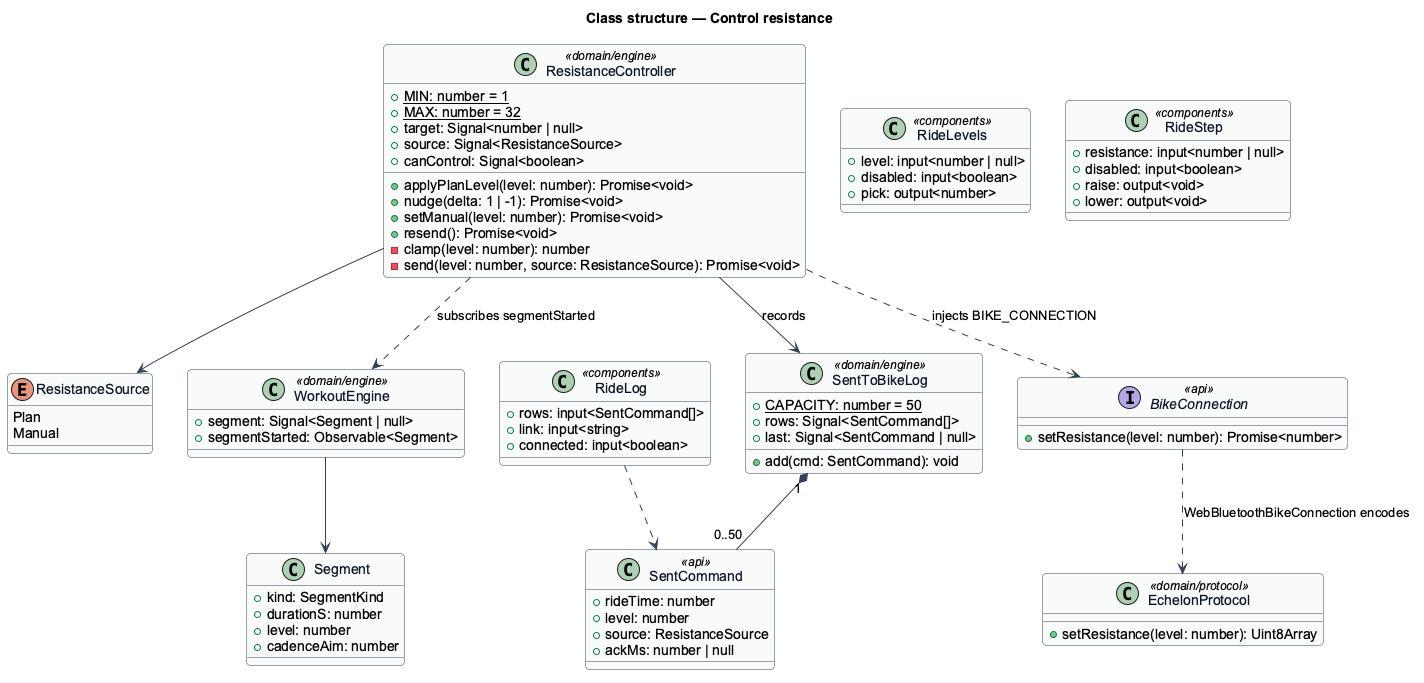
The PlantUML diagram docs/detailed-designs/bike/control-resistance/diagrams/class-structure.png in QuinntyneBrown/ride-one, before a commit. The source it was exported from:
```plantuml
@startuml
skinparam backgroundColor #FFFFFF
skinparam shadowing false
skinparam roundcorner 8
skinparam defaultFontName Arial
skinparam ArrowColor #344054
skinparam class {
  BorderColor #344054
  FontColor #101828
  BackgroundColor #F9FAFB
}
title Class structure — Control resistance
enum ResistanceSource {
  Plan
  Manual
}
class SentCommand <<api>> {
  +rideTime: number
  +level: number
  +source: ResistanceSource
  +ackMs: number | null
}
class ResistanceController <<domain/engine>> {
  +{static} MIN: number = 1
  +{static} MAX: number = 32
  +target: Signal<number | null>
  +source: Signal<ResistanceSource>
  +canControl: Signal<boolean>
  +applyPlanLevel(level: number): Promise<void>
  +nudge(delta: 1 | -1): Promise<void>
  +setManual(level: number): Promise<void>
  +resend(): Promise<void>
  -clamp(level: number): number
  -send(level: number, source: ResistanceSource): Promise<void>
}
class SentToBikeLog <<domain/engine>> {
  +{static} CAPACITY: number = 50
  +rows: Signal<SentCommand[]>
  +last: Signal<SentCommand | null>
  +add(cmd: SentCommand): void
}
class WorkoutEngine <<domain/engine>> {
  +segment: Signal<Segment | null>
  +segmentStarted: Observable<Segment>
}
class Segment {
  +kind: SegmentKind
  +durationS: number
  +level: number
  +cadenceAim: number
}
interface BikeConnection <<api>> {
  +setResistance(level: number): Promise<number>
}
class EchelonProtocol <<domain/protocol>> {
  +setResistance(level: number): Uint8Array
}
class RideLevels <<components>> {
  +level: input<number | null>
  +disabled: input<boolean>
  +pick: output<number>
}
class RideStep <<components>> {
  +resistance: input<number | null>
  +disabled: input<boolean>
  +raise: output<void>
  +lower: output<void>
}
class RideLog <<components>> {
  +rows: input<SentCommand[]>
  +link: input<string>
  +connected: input<boolean>
}
ResistanceController ..> BikeConnection : injects BIKE_CONNECTION
ResistanceController --> SentToBikeLog : records
ResistanceController --> ResistanceSource
SentToBikeLog "1" *-- "0..50" SentCommand
WorkoutEngine --> Segment
ResistanceController ..> WorkoutEngine : subscribes segmentStarted
BikeConnection ..> EchelonProtocol : WebBluetoothBikeConnection encodes
RideLog ..> SentCommand
@enduml
```
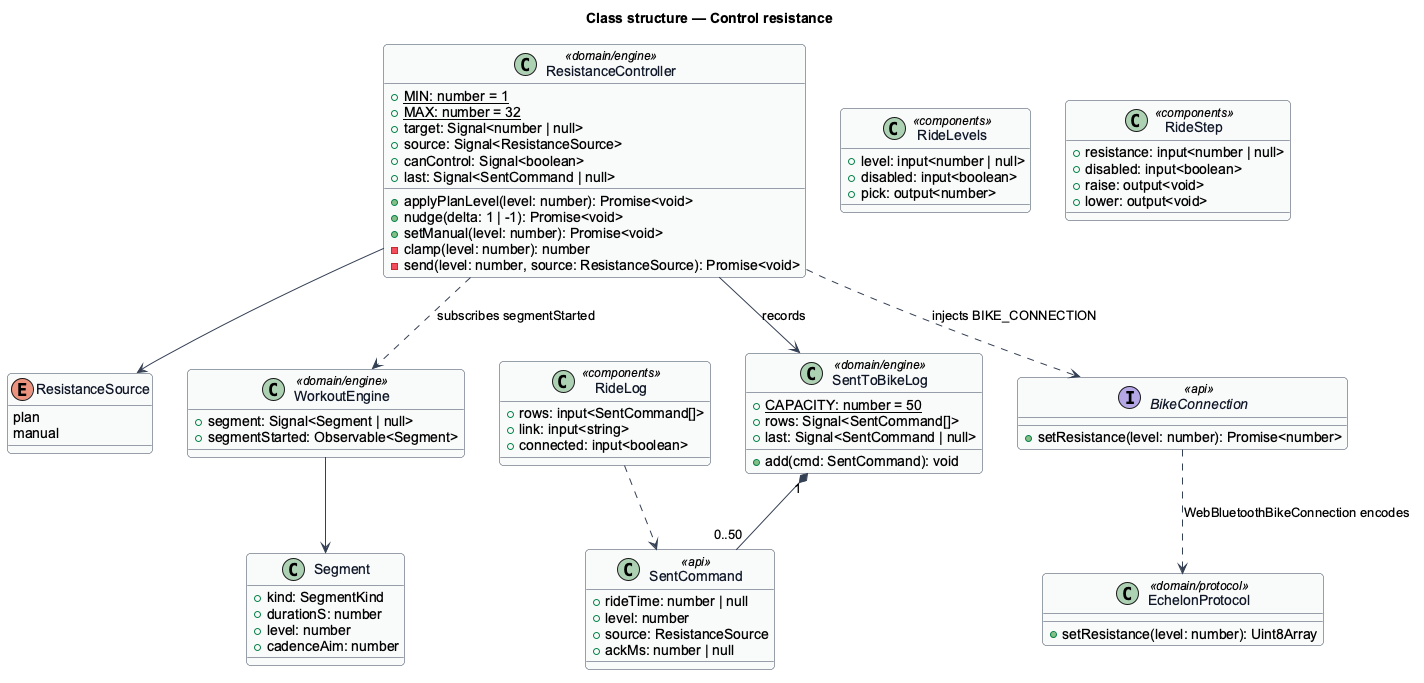
After the change.

Change to the diagram source:
```diff
@@ -11,11 +11,11 @@
 }
 title Class structure — Control resistance
 enum ResistanceSource {
-  Plan
-  Manual
+  plan
+  manual
 }
 class SentCommand <<api>> {
-  +rideTime: number
+  +rideTime: number | null
   +level: number
   +source: ResistanceSource
   +ackMs: number | null
@@ -26,10 +26,10 @@
   +target: Signal<number | null>
   +source: Signal<ResistanceSource>
   +canControl: Signal<boolean>
+  +last: Signal<SentCommand | null>
   +applyPlanLevel(level: number): Promise<void>
   +nudge(delta: 1 | -1): Promise<void>
   +setManual(level: number): Promise<void>
-  +resend(): Promise<void>
   -clamp(level: number): number
   -send(level: number, source: ResistanceSource): Promise<void>
 }
```
